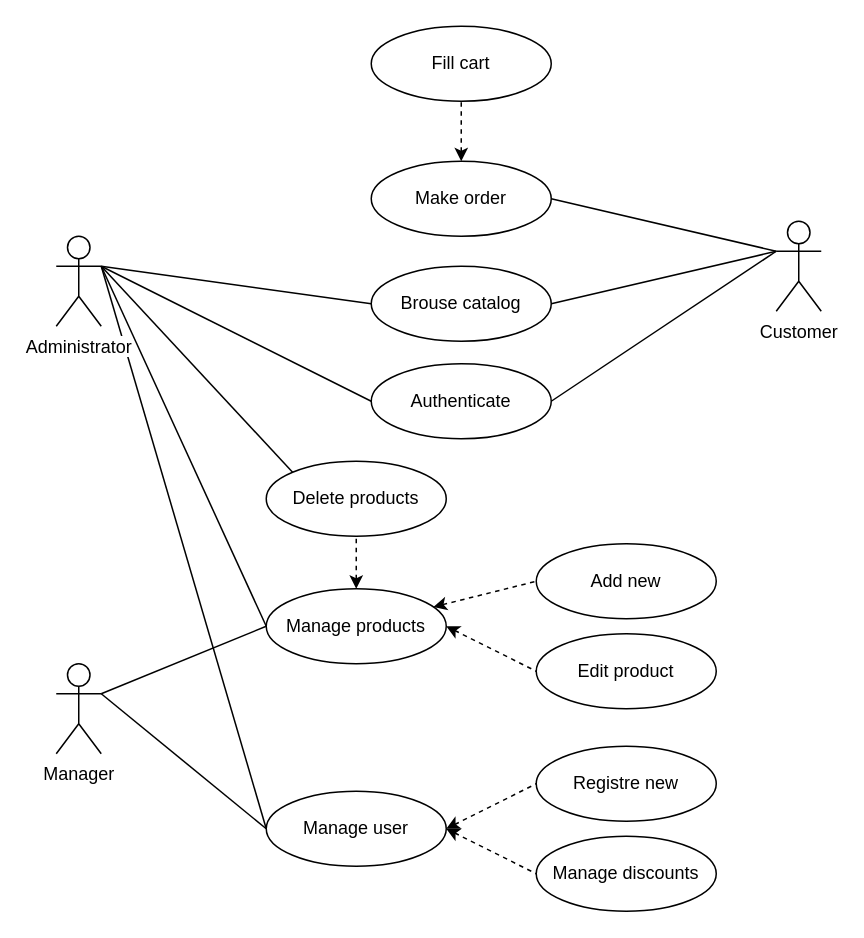
Above: images/draw/use-case.drawio in swalffy/DiplomaLaTeX (draw.io), before the change. Source tidied: cells renumbered, new cells numbered last; positions are measured from the earlier drawing's top-left corner, leaving out a move shared by most shapes. Both pictures are drawn from the tidied source at 150%, with x=0, y=0 at pixel (56, 26).
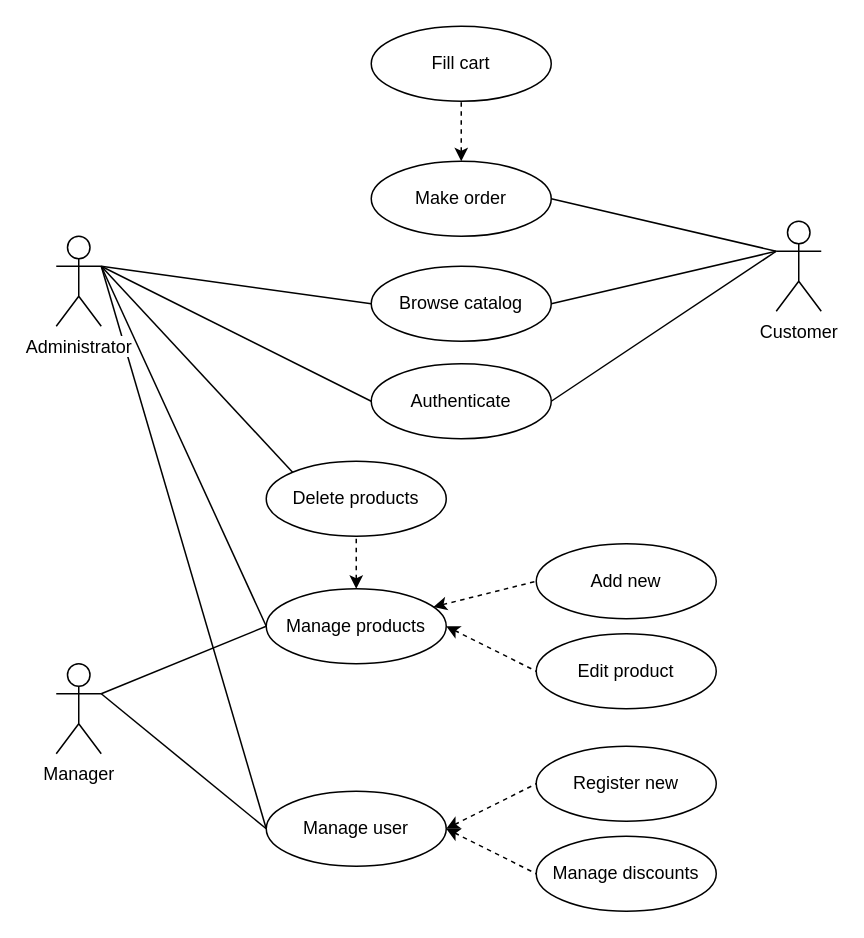
Above is the later version.

Commit message (it also covers changes not shown here):
todos fixed cw translated android activity diagram fixed closing fixed images fixed

The edit, as a diff of the source:
```diff
@@
-    <mxCell id="19" value="Brouse catalog" style="ellipse;whiteSpace=wrap;html=1;" parent="1" vertex="1">
+    <mxCell id="19" value="Browse catalog" style="ellipse;whiteSpace=wrap;html=1;" parent="1" vertex="1">
       <mxGeometry x="210" y="160" width="120" height="50" as="geometry" />
     </mxCell>
@@
-    <mxCell id="31" value="Registre new" style="ellipse;whiteSpace=wrap;html=1;" parent="1" vertex="1">
+    <mxCell id="31" value="Register new" style="ellipse;whiteSpace=wrap;html=1;" parent="1" vertex="1">
       <mxGeometry x="320" y="480" width="120" height="50" as="geometry" />
     </mxCell>
```
